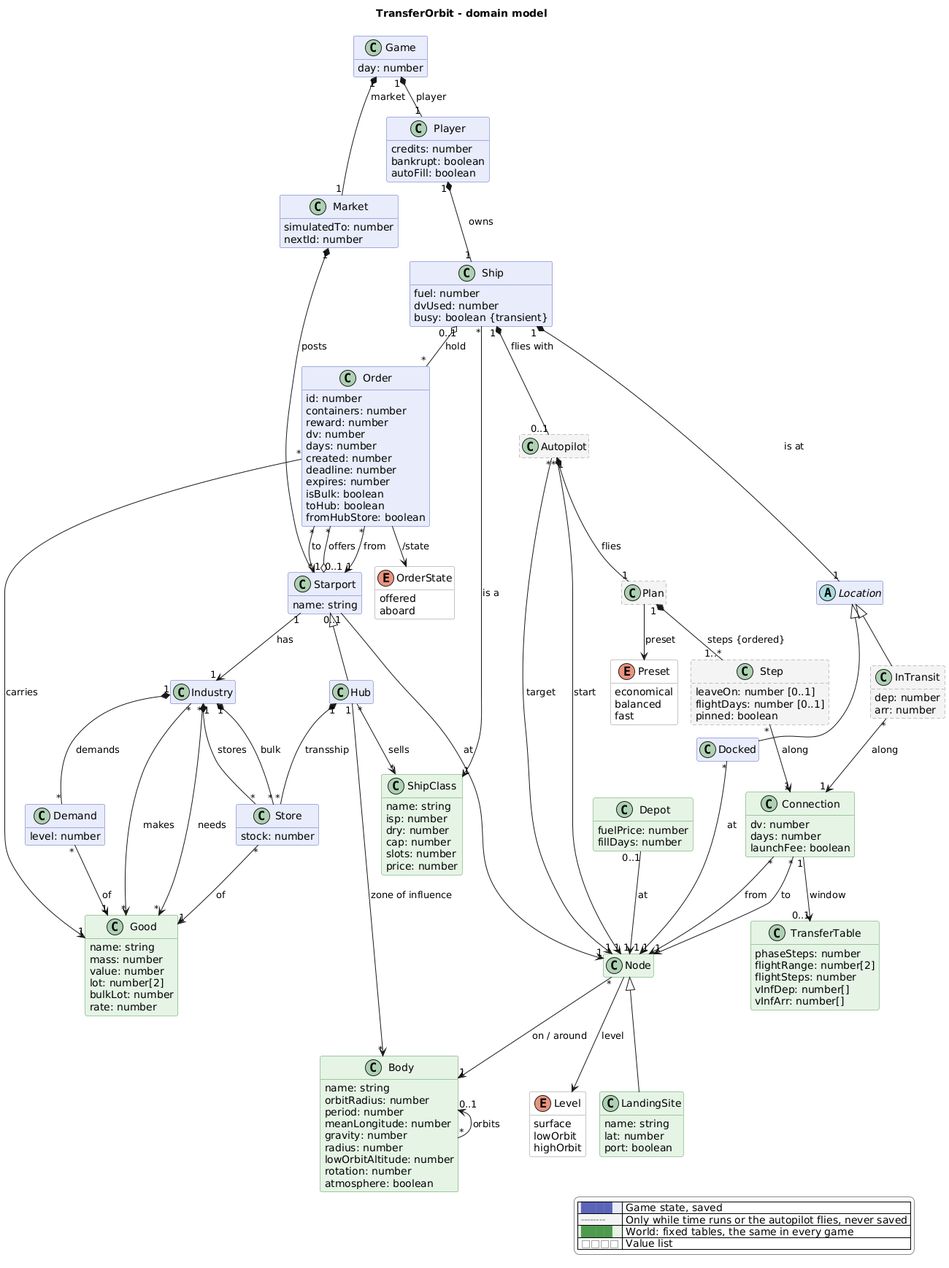
Before: docs/domain-model.png, a diagram exported from PlantUML (scuzzar/TransferOrbit).
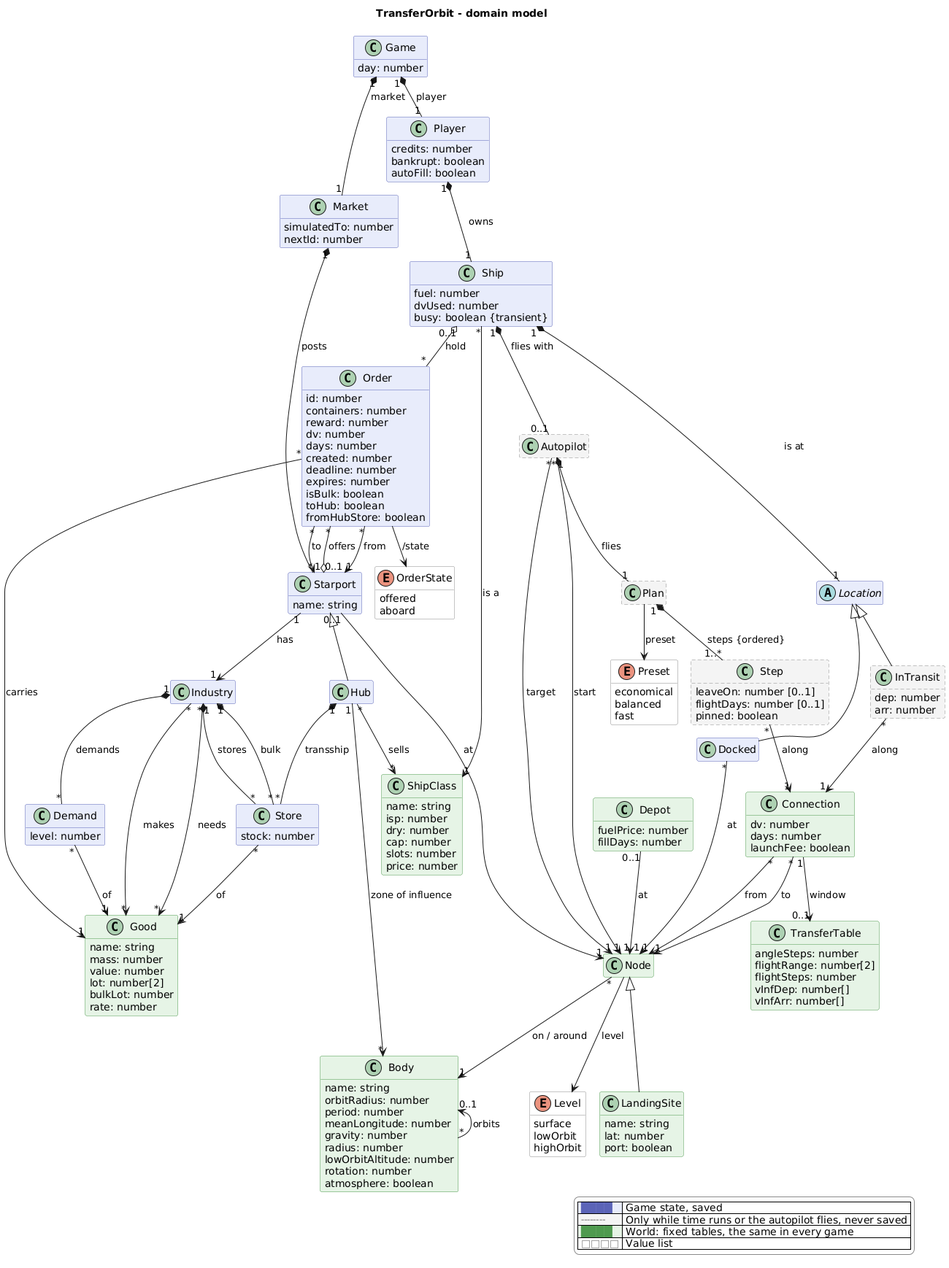
After the commit.

Change to the diagram source:
```diff
@@ -127,7 +127,7 @@
     launchFee: boolean
   }
   class TransferTable <<reference>> {
-    phaseSteps: number
+    angleSteps: number
     flightRange: number[2]
     flightSteps: number
     vInfDep: number[]
```
